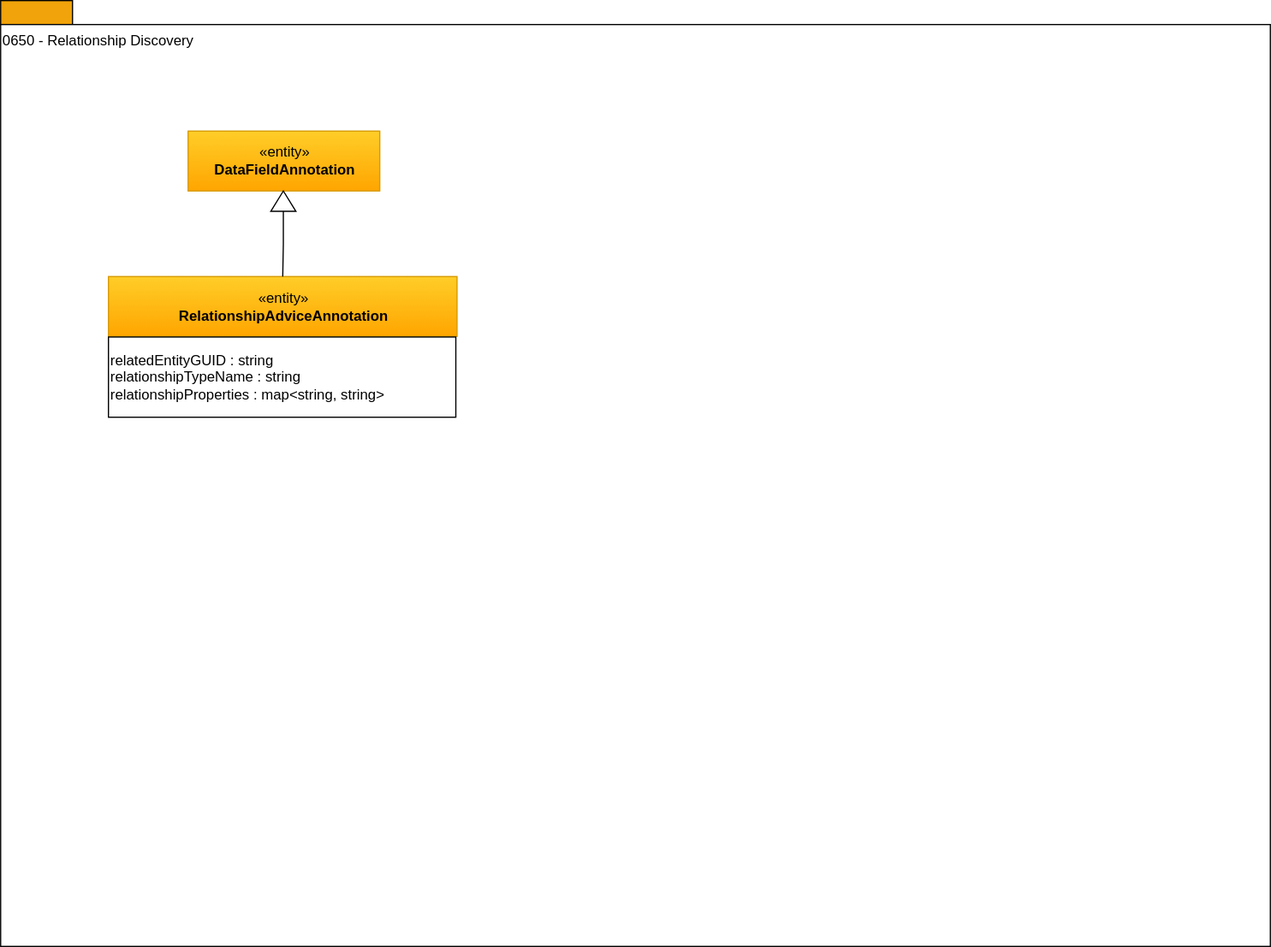
The draw.io diagram site/docs/types/6/0650-Relationship-Discovery.svg in odpi/egeria-docs, before a commit. Source tidied: cells renumbered, new cells last; positions are measured from the earlier drawing's top-left corner, leaving out a move shared by most shapes.
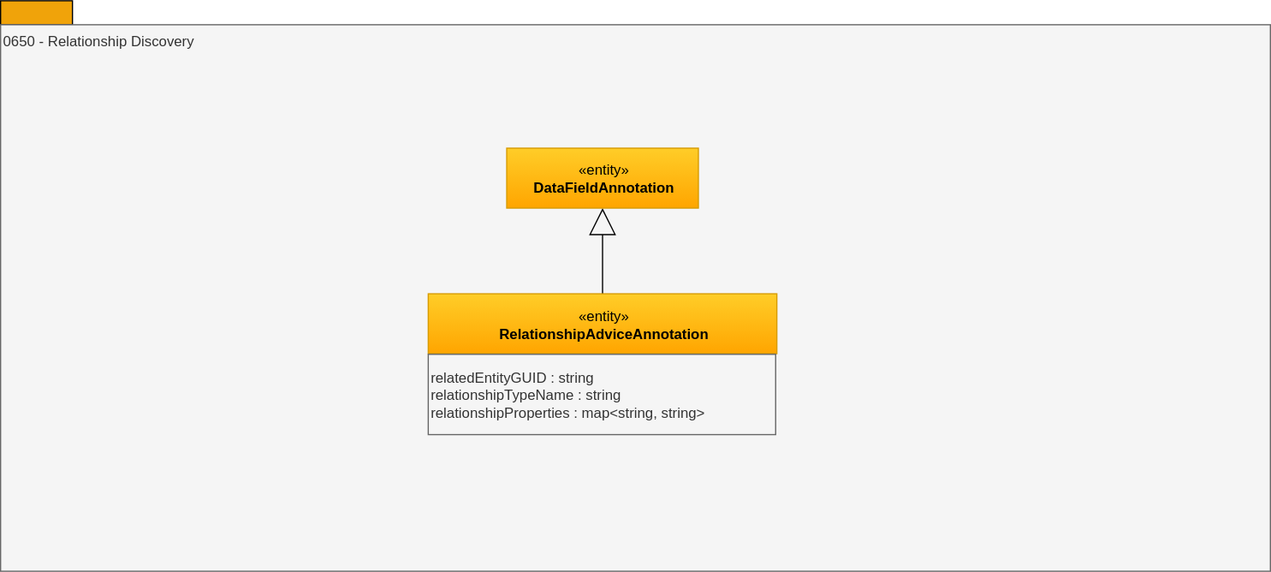
After the change.

The edit, as a diff of the source:
```diff
@@ -5,23 +5,20 @@
     <mxCell id="2" style="rounded=0;whiteSpace=wrap;html=1;align=left;fillColor=#f0a30a;strokeColor=#000000;fontColor=#ffffff;" parent="1" vertex="1">
       <mxGeometry width="60" height="20" as="geometry" />
     </mxCell>
-    <mxCell id="3" value="0650 - Relationship Discovery" style="rounded=0;whiteSpace=wrap;html=1;align=left;verticalAlign=top;" parent="1" vertex="1">
-      <mxGeometry y="20" width="1060" height="770" as="geometry" />
+    <mxCell id="3" value="0650 - Relationship Discovery" style="rounded=0;whiteSpace=wrap;html=1;align=left;verticalAlign=top;fillColor=#f5f5f5;fontColor=#333333;strokeColor=#666666;" parent="1" vertex="1">
+      <mxGeometry y="20" width="1060" height="456" as="geometry" />
     </mxCell>
-    <mxCell id="4" value="«entity»&lt;br&gt;&lt;b&gt;RelationshipAdviceAnnotation&lt;/b&gt;" style="html=1;strokeColor=#d79b00;align=center;fillColor=#ffcd28;gradientColor=#ffa500;" parent="1" vertex="1">
-      <mxGeometry x="90" y="230.5" width="291" height="50" as="geometry" />
+    <mxCell id="4" style="edgeStyle=orthogonalEdgeStyle;rounded=0;jettySize=auto;html=1;exitX=0.5;exitY=0;exitDx=0;exitDy=0;entryX=0.5;entryY=1;entryDx=0;entryDy=0;endArrow=block;endFill=0;endSize=20;" parent="1" edge="1" source="5" target="7">
+      <mxGeometry relative="1" as="geometry" />
     </mxCell>
-    <mxCell id="5" value="relatedEntityGUID : string&lt;br&gt;relationshipTypeName : string&lt;br&gt;relationshipProperties : map&amp;lt;string, string&amp;gt;" style="rounded=0;whiteSpace=wrap;html=1;strokeColor=#000000;gradientColor=#ffffff;align=left;" parent="1" vertex="1">
-      <mxGeometry x="90" y="281" width="290" height="67" as="geometry" />
+    <mxCell id="5" value="«entity»&lt;br&gt;&lt;b&gt;RelationshipAdviceAnnotation&lt;/b&gt;" style="html=1;strokeColor=#d79b00;align=center;fillColor=#ffcd28;gradientColor=#ffa500;" parent="1" vertex="1">
+      <mxGeometry x="357" y="244.5" width="291" height="50" as="geometry" />
     </mxCell>
-    <mxCell id="6" style="edgeStyle=orthogonalEdgeStyle;rounded=0;html=1;endArrow=none;endFill=0;jettySize=auto;exitX=0;exitY=0.5;" parent="1" edge="1" source="8" target="4">
-      <mxGeometry relative="1" as="geometry" />
+    <mxCell id="6" value="relatedEntityGUID : string&lt;br&gt;relationshipTypeName : string&lt;br&gt;relationshipProperties : map&amp;lt;string, string&amp;gt;" style="rounded=0;whiteSpace=wrap;html=1;strokeColor=#666666;align=left;fillColor=#f5f5f5;fontColor=#333333;" parent="1" vertex="1">
+      <mxGeometry x="357" y="295" width="290" height="67" as="geometry" />
     </mxCell>
     <mxCell id="7" value="«entity»&lt;br&gt;&lt;b&gt;DataFieldAnnotation&lt;/b&gt;&lt;br&gt;" style="html=1;strokeColor=#d79b00;align=center;fillColor=#ffcd28;gradientColor=#ffa500;" parent="1" vertex="1">
-      <mxGeometry x="156.5" y="109" width="160" height="50" as="geometry" />
+      <mxGeometry x="422.5" y="123" width="160" height="50" as="geometry" />
     </mxCell>
-    <mxCell id="8" style="triangle;whiteSpace=wrap;html=1;strokeColor=#000000;gradientColor=#ffffff;align=center;rotation=-90;" parent="1" vertex="1">
-      <mxGeometry x="227.5" y="157" width="17" height="21" as="geometry" />
-    </mxCell>
   </root>
 </mxGraphModel>
```
